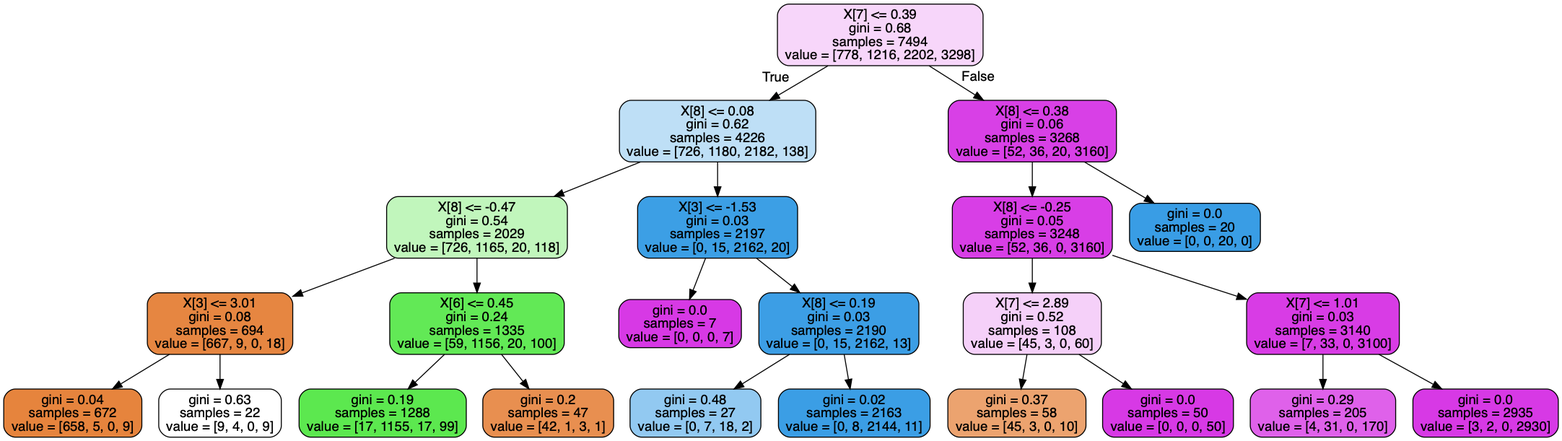
Earlier version of the Graphviz export tree.png (ericaltenburg/TXStateREU). Its source is kept beside it as tree.dot.
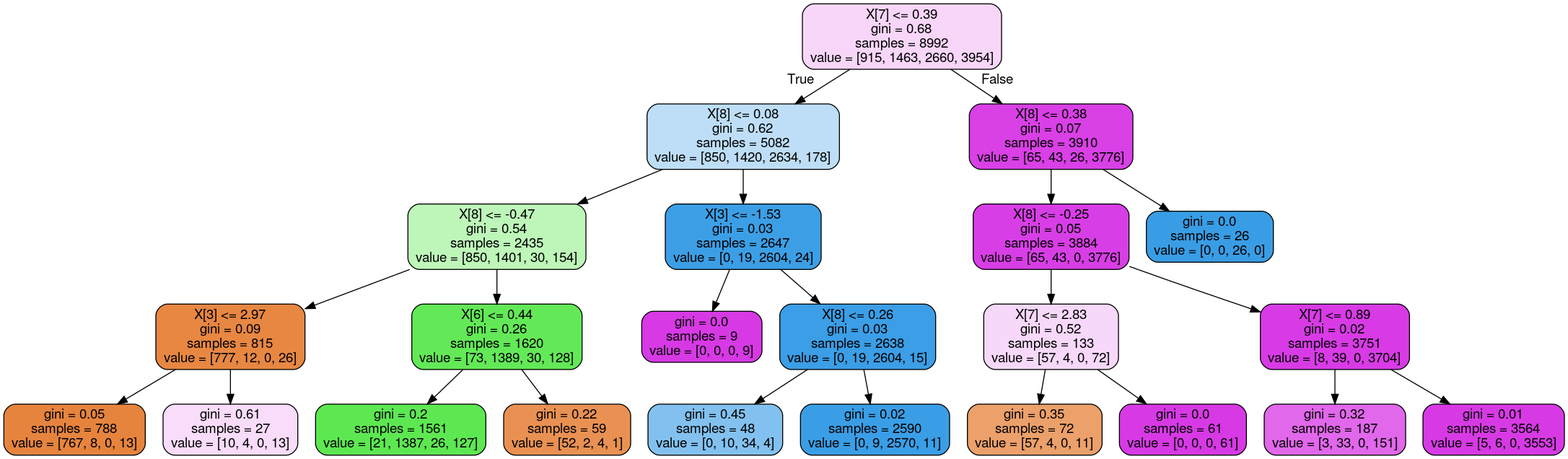
After the change.

Diff of the diagram source:
```diff
@@ -1,49 +1,49 @@
 digraph Tree {
 node [shape=box, style="filled, rounded", color="black", fontname=helvetica] ;
 edge [fontname=helvetica] ;
-0 [label="X[7] <= 0.39\ngini = 0.68\nsamples = 7494\nvalue = [778, 1216, 2202, 3298]", fillcolor="#f7d6fa"] ;
-1 [label="X[8] <= 0.08\ngini = 0.62\nsamples = 4226\nvalue = [726, 1180, 2182, 138]", fillcolor="#bedff6"] ;
+0 [label="X[7] <= 0.39\ngini = 0.68\nsamples = 8992\nvalue = [915, 1463, 2660, 3954]", fillcolor="#d739e534"] ;
+1 [label="X[8] <= 0.08\ngini = 0.62\nsamples = 5082\nvalue = [850, 1420, 2634, 178]", fillcolor="#399de555"] ;
 0 -> 1 [labeldistance=2.5, labelangle=45, headlabel="True"] ;
-2 [label="X[8] <= -0.47\ngini = 0.54\nsamples = 2029\nvalue = [726, 1165, 20, 118]", fillcolor="#c1f6bc"] ;
+2 [label="X[8] <= -0.47\ngini = 0.54\nsamples = 2435\nvalue = [850, 1401, 30, 154]", fillcolor="#47e53959"] ;
 1 -> 2 ;
-3 [label="X[3] <= 3.01\ngini = 0.08\nsamples = 694\nvalue = [667, 9, 0, 18]", fillcolor="#e68641"] ;
+3 [label="X[3] <= 2.97\ngini = 0.09\nsamples = 815\nvalue = [777, 12, 0, 26]", fillcolor="#e58139f3"] ;
 2 -> 3 ;
-4 [label="gini = 0.04\nsamples = 672\nvalue = [658, 5, 0, 9]", fillcolor="#e6843d"] ;
+4 [label="gini = 0.05\nsamples = 788\nvalue = [767, 8, 0, 13]", fillcolor="#e58139f8"] ;
 3 -> 4 ;
-5 [label="gini = 0.63\nsamples = 22\nvalue = [9, 4, 0, 9]", fillcolor="#ffffff"] ;
+5 [label="gini = 0.61\nsamples = 27\nvalue = [10, 4, 0, 13]", fillcolor="#d739e52d"] ;
 3 -> 5 ;
-6 [label="X[6] <= 0.45\ngini = 0.24\nsamples = 1335\nvalue = [59, 1156, 20, 100]", fillcolor="#62e956"] ;
+6 [label="X[6] <= 0.44\ngini = 0.26\nsamples = 1620\nvalue = [73, 1389, 30, 128]", fillcolor="#47e539d8"] ;
 2 -> 6 ;
-7 [label="gini = 0.19\nsamples = 1288\nvalue = [17, 1155, 17, 99]", fillcolor="#5ce84f"] ;
+7 [label="gini = 0.2\nsamples = 1561\nvalue = [21, 1387, 26, 127]", fillcolor="#47e539e0"] ;
 6 -> 7 ;
-8 [label="gini = 0.2\nsamples = 47\nvalue = [42, 1, 3, 1]", fillcolor="#e88f50"] ;
+8 [label="gini = 0.22\nsamples = 59\nvalue = [52, 2, 4, 1]", fillcolor="#e58139df"] ;
 6 -> 8 ;
-9 [label="X[3] <= -1.53\ngini = 0.03\nsamples = 2197\nvalue = [0, 15, 2162, 20]", fillcolor="#3c9fe5"] ;
+9 [label="X[3] <= -1.53\ngini = 0.03\nsamples = 2647\nvalue = [0, 19, 2604, 24]", fillcolor="#399de5fb"] ;
 1 -> 9 ;
-10 [label="gini = 0.0\nsamples = 7\nvalue = [0, 0, 0, 7]", fillcolor="#d739e5"] ;
+10 [label="gini = 0.0\nsamples = 9\nvalue = [0, 0, 0, 9]", fillcolor="#d739e5ff"] ;
 9 -> 10 ;
-11 [label="X[8] <= 0.19\ngini = 0.03\nsamples = 2190\nvalue = [0, 15, 2162, 13]", fillcolor="#3c9ee5"] ;
+11 [label="X[8] <= 0.26\ngini = 0.03\nsamples = 2638\nvalue = [0, 19, 2604, 15]", fillcolor="#399de5fc"] ;
 9 -> 11 ;
-12 [label="gini = 0.48\nsamples = 27\nvalue = [0, 7, 18, 2]", fillcolor="#92c9f1"] ;
+12 [label="gini = 0.45\nsamples = 48\nvalue = [0, 10, 34, 4]", fillcolor="#399de5a1"] ;
 11 -> 12 ;
-13 [label="gini = 0.02\nsamples = 2163\nvalue = [0, 8, 2144, 11]", fillcolor="#3b9ee5"] ;
+13 [label="gini = 0.02\nsamples = 2590\nvalue = [0, 9, 2570, 11]", fillcolor="#399de5fd"] ;
 11 -> 13 ;
-14 [label="X[8] <= 0.38\ngini = 0.06\nsamples = 3268\nvalue = [52, 36, 20, 3160]", fillcolor="#d840e6"] ;
+14 [label="X[8] <= 0.38\ngini = 0.07\nsamples = 3910\nvalue = [65, 43, 26, 3776]", fillcolor="#d739e5f6"] ;
 0 -> 14 [labeldistance=2.5, labelangle=-45, headlabel="False"] ;
-15 [label="X[8] <= -0.25\ngini = 0.05\nsamples = 3248\nvalue = [52, 36, 0, 3160]", fillcolor="#d83ee6"] ;
+15 [label="X[8] <= -0.25\ngini = 0.05\nsamples = 3884\nvalue = [65, 43, 0, 3776]", fillcolor="#d739e5f8"] ;
 14 -> 15 ;
-16 [label="X[7] <= 2.89\ngini = 0.52\nsamples = 108\nvalue = [45, 3, 0, 60]", fillcolor="#f5d0f9"] ;
+16 [label="X[7] <= 2.83\ngini = 0.52\nsamples = 133\nvalue = [57, 4, 0, 72]", fillcolor="#d739e532"] ;
 15 -> 16 ;
-17 [label="gini = 0.37\nsamples = 58\nvalue = [45, 3, 0, 10]", fillcolor="#eca36f"] ;
+17 [label="gini = 0.35\nsamples = 72\nvalue = [57, 4, 0, 11]", fillcolor="#e58139c0"] ;
 16 -> 17 ;
-18 [label="gini = 0.0\nsamples = 50\nvalue = [0, 0, 0, 50]", fillcolor="#d739e5"] ;
+18 [label="gini = 0.0\nsamples = 61\nvalue = [0, 0, 0, 61]", fillcolor="#d739e5ff"] ;
 16 -> 18 ;
-19 [label="X[7] <= 1.01\ngini = 0.03\nsamples = 3140\nvalue = [7, 33, 0, 3100]", fillcolor="#d83ce5"] ;
+19 [label="X[7] <= 0.89\ngini = 0.02\nsamples = 3751\nvalue = [8, 39, 0, 3704]", fillcolor="#d739e5fc"] ;
 15 -> 19 ;
-20 [label="gini = 0.29\nsamples = 205\nvalue = [4, 31, 0, 170]", fillcolor="#df61ea"] ;
+20 [label="gini = 0.32\nsamples = 187\nvalue = [3, 33, 0, 151]", fillcolor="#d739e5c3"] ;
 19 -> 20 ;
-21 [label="gini = 0.0\nsamples = 2935\nvalue = [3, 2, 0, 2930]", fillcolor="#d739e5"] ;
+21 [label="gini = 0.01\nsamples = 3564\nvalue = [5, 6, 0, 3553]", fillcolor="#d739e5fe"] ;
 19 -> 21 ;
-22 [label="gini = 0.0\nsamples = 20\nvalue = [0, 0, 20, 0]", fillcolor="#399de5"] ;
+22 [label="gini = 0.0\nsamples = 26\nvalue = [0, 0, 26, 0]", fillcolor="#399de5ff"] ;
 14 -> 22 ;
 }
```
